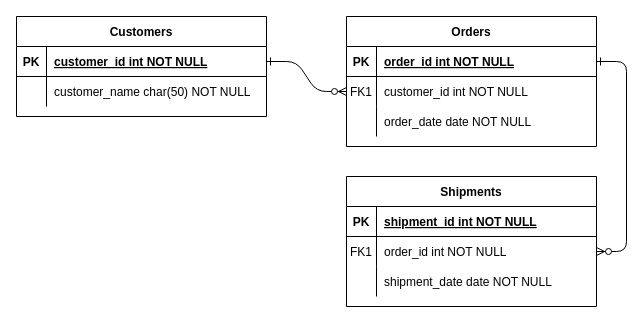
Earlier version of the draw.io diagram Diagram bez tytułu.drawio (PaulaW14/Moje_projekty). Source tidied: cells renumbered, new cells numbered last; positions are measured from the earlier drawing's top-left corner, leaving out a move shared by most shapes. Both pictures are drawn from the tidied source at 100%, with x=0, y=0 at pixel (16, 16).
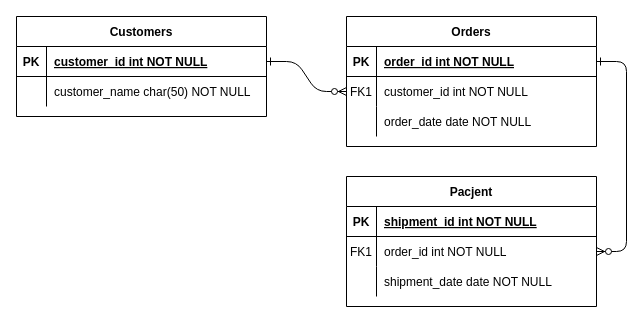
The same diagram, later.

Change to the diagram source:
```diff
@@
-    <mxCell id="14" value="Shipments" style="shape=table;startSize=30;childLayout=tableLayout;rowLines=0;fontStyle=1;align=center;" parent="1" vertex="1">
+    <mxCell id="14" value="Pacjent" style="shape=table;startSize=30;childLayout=tableLayout;rowLines=0;fontStyle=1;align=center;" parent="1" vertex="1">
       <mxGeometry x="330" y="160" width="250" height="130" as="geometry" />
     </mxCell>
```
